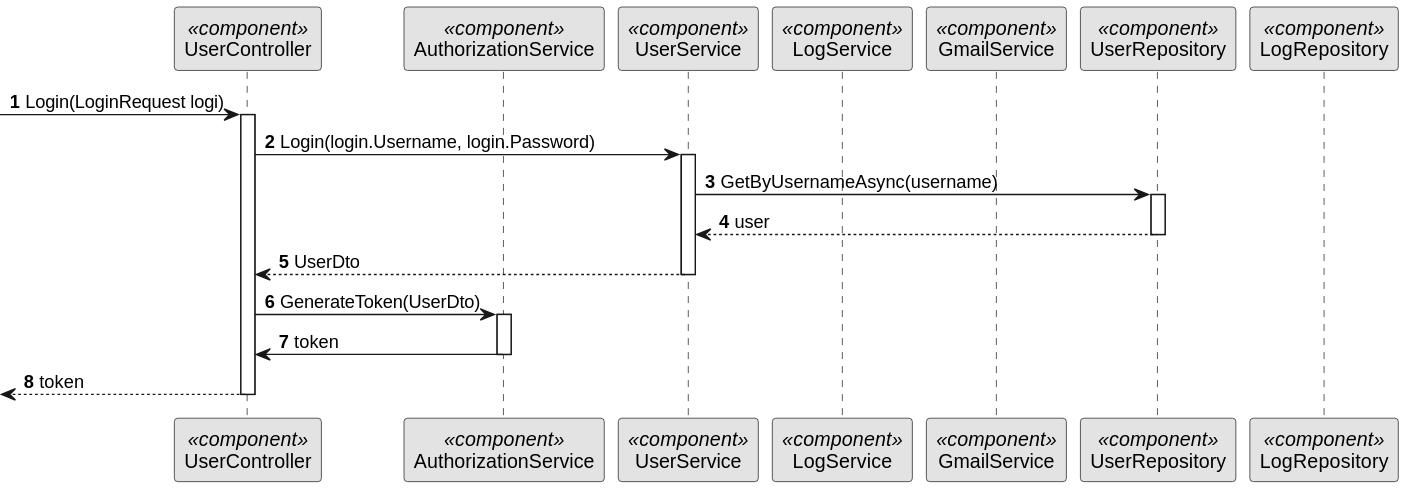
Before: docs/BackofficeModule/5.1.6/sequence-diagram-3.svg, a diagram exported from PlantUML (Ana-Miguel-Silva/SurgicalAppointmentAndResourceManagement).
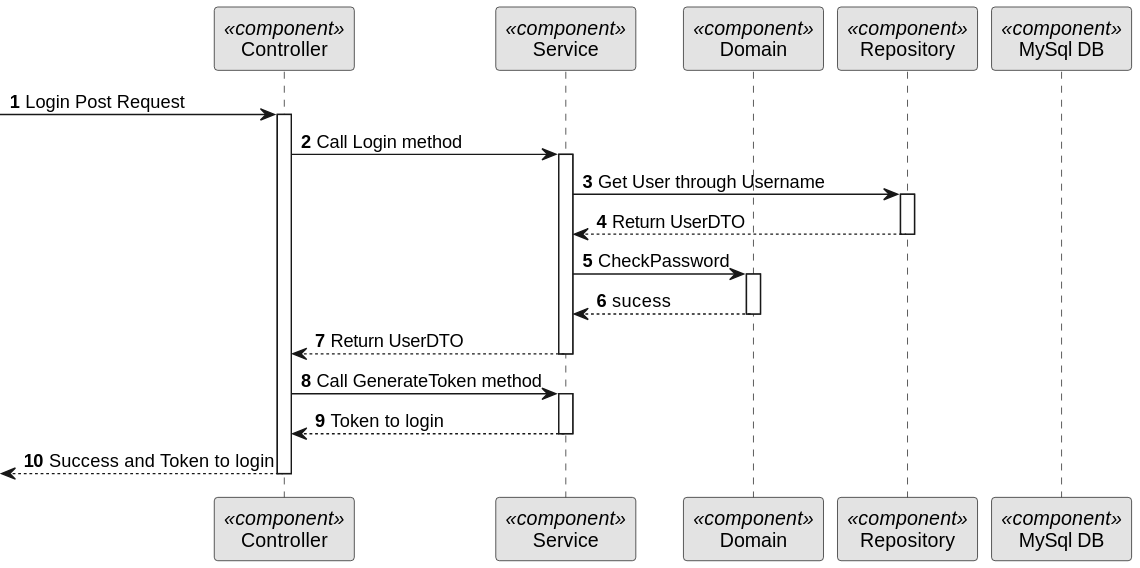
The same file after the commit.

What changed in the source:
```diff
@@ -5,39 +5,44 @@
 
 autonumber
 
-participant "UserController" as CTRL <<component>>
-participant "AuthorizationService" as ASERV <<component>>
-participant "UserService" as SERV <<component>>
-participant "LogService" as LSERV <<component>>
-participant "GmailService" as GSERV <<component>>
-participant "UserRepository" as REPO <<component>>
-participant "LogRepository" as LREPO <<component>>
+participant "Controller" as CTRL <<component>>
+participant "Service" as SERV <<component>>
+participant "Domain" as DOM <<component>>
+participant "Repository" as REPO <<component>>
+participant "MySql DB" as BDD <<component>>
 
 
 
+ -> CTRL : Login Post Request
+activate CTRL
+CTRL -> SERV: Call Login method
 
-
- -> CTRL: Login(LoginRequest logi)
-activate CTRL
-CTRL -> SERV : Login(login.Username, login.Password)
 activate SERV
 
-SERV -> REPO: GetByUsernameAsync(username)
+SERV -> REPO: Get User through Username
 activate REPO
-REPO --> SERV: user
-deactivate REPO
+
+REPO --> SERV: Return UserDTO
 
 deactivate REPO
 
-SERV --> CTRL: UserDto
+SERV -> DOM : CheckPassword
+activate DOM
+DOM --> SERV : sucess
+
+deactivate DOM
+
+SERV --> CTRL: Return UserDTO
 deactivate SERV
-CTRL -> ASERV: GenerateToken(UserDto)
-activate ASERV
-ASERV -> CTRL : token
-deactivate ASERV
 
 
+CTRL -> SERV: Call GenerateToken method
+activate SERV
 
-<-- CTRL: token
+SERV --> CTRL: Token to login
+deactivate SERV
+
+
+<-- CTRL  : Success and Token to login
 deactivate CTRL
 @enduml
```
